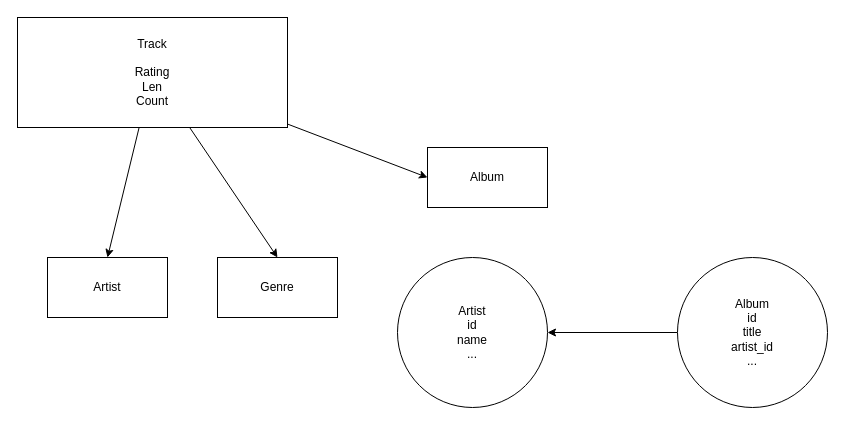
Before: Python/Python For Everybody/P4EDB.drawio in dantrr/100-days-of-code, a draw.io diagram. Source tidied: cells renumbered, new cells numbered last; positions are measured from the earlier drawing's top-left corner, leaving out a move shared by most shapes. Both pictures are drawn from the tidied source at 100%, with x=0, y=0 at pixel (17, 17).
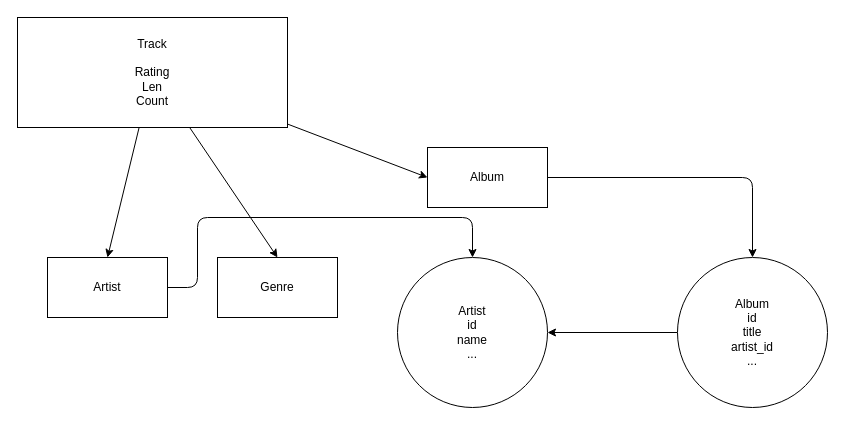
The same diagram, later.

Change to the diagram source:
```diff
@@
 <mxGraphModel>
   <root>
     <mxCell id="0" />
     <mxCell id="1" parent="0" />
     <mxCell id="2" style="edgeStyle=none;html=1;entryX=0;entryY=0.5;entryDx=0;entryDy=0;" parent="1" edge="1" source="5" target="6">
       <mxGeometry relative="1" as="geometry" />
     </mxCell>
     <mxCell id="3" style="edgeStyle=none;html=1;entryX=0.5;entryY=0;entryDx=0;entryDy=0;" parent="1" edge="1" source="5" target="8">
       <mxGeometry relative="1" as="geometry" />
     </mxCell>
     <mxCell id="4" style="edgeStyle=none;html=1;entryX=0.5;entryY=0;entryDx=0;entryDy=0;" parent="1" edge="1" source="5" target="7">
       <mxGeometry relative="1" as="geometry" />
     </mxCell>
     <mxCell id="5" value="Track&lt;br&gt;&lt;br&gt;Rating&lt;br&gt;Len&lt;br&gt;Count&lt;br&gt;" style="whiteSpace=wrap;html=1;" parent="1" vertex="1">
       <mxGeometry width="270" height="110" as="geometry" />
     </mxCell>
+    <mxCell id="12" style="edgeStyle=orthogonalEdgeStyle;html=1;entryX=0.5;entryY=0;entryDx=0;entryDy=0;" parent="1" edge="1" source="6" target="11">
+      <mxGeometry relative="1" as="geometry" />
+    </mxCell>
     <mxCell id="6" value="Album" style="whiteSpace=wrap;html=1;" parent="1" vertex="1">
       <mxGeometry x="410" y="130" width="120" height="60" as="geometry" />
     </mxCell>
     <mxCell id="7" value="Genre" style="whiteSpace=wrap;html=1;" parent="1" vertex="1">
       <mxGeometry x="200" y="240" width="120" height="60" as="geometry" />
     </mxCell>
+    <mxCell id="13" style="edgeStyle=orthogonalEdgeStyle;html=1;entryX=0.5;entryY=0;entryDx=0;entryDy=0;" parent="1" edge="1" source="8" target="9">
+      <mxGeometry relative="1" as="geometry">
+        <Array as="points">
+          <mxPoint x="180" y="270" />
+          <mxPoint x="180" y="200" />
+          <mxPoint x="455" y="200" />
+        </Array>
+      </mxGeometry>
+    </mxCell>
     <mxCell id="8" value="Artist" style="whiteSpace=wrap;html=1;" parent="1" vertex="1">
       <mxGeometry x="30" y="240" width="120" height="60" as="geometry" />
     </mxCell>
     <mxCell id="9" value="Artist&lt;br&gt;id&lt;br&gt;name&lt;br&gt;..." style="ellipse;whiteSpace=wrap;html=1;" parent="1" vertex="1">
       <mxGeometry x="380" y="240" width="150" height="150" as="geometry" />
     </mxCell>
     <mxCell id="10" style="edgeStyle=none;html=1;" parent="1" edge="1" source="11" target="9">
       <mxGeometry relative="1" as="geometry" />
     </mxCell>
     <mxCell id="11" value="Album&lt;br&gt;id&lt;br&gt;title&lt;br&gt;artist_id&lt;br&gt;..." style="ellipse;whiteSpace=wrap;html=1;" parent="1" vertex="1">
       <mxGeometry x="660" y="240" width="150" height="150" as="geometry" />
     </mxCell>
   </root>
 </mxGraphModel>
```
